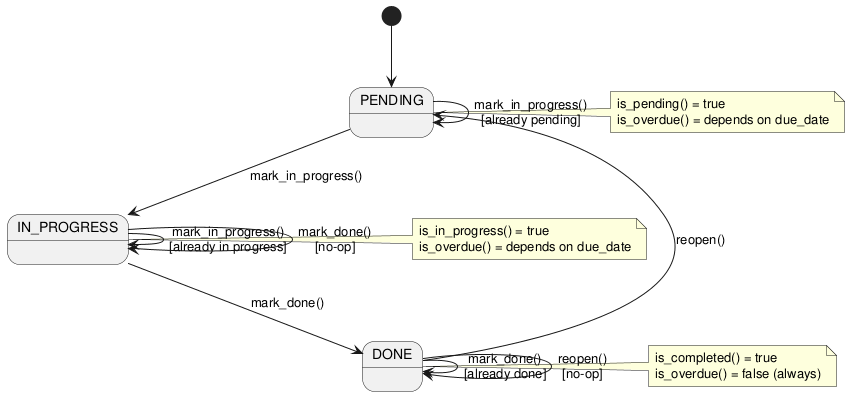
Earlier version of the PlantUML export experiments/supervisor_as_tools/user_stories/TODO/artifacts/state_diagram.png (DanielRiha8906/Software_autoevolution_using_agents).
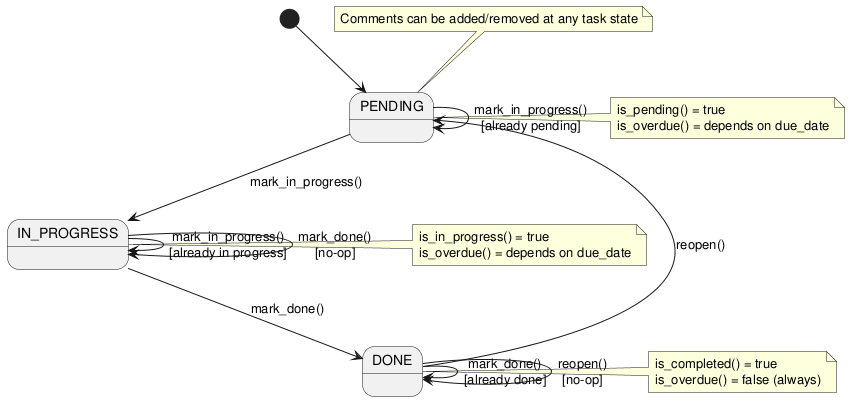
The same file after the commit.

Diff of the diagram source:
```diff
@@ -28,4 +28,8 @@
   is_overdue() = false (always)
 end note
 
+note top of PENDING
+  Comments can be added/removed at any task state
+end note
+
 @enduml
```
